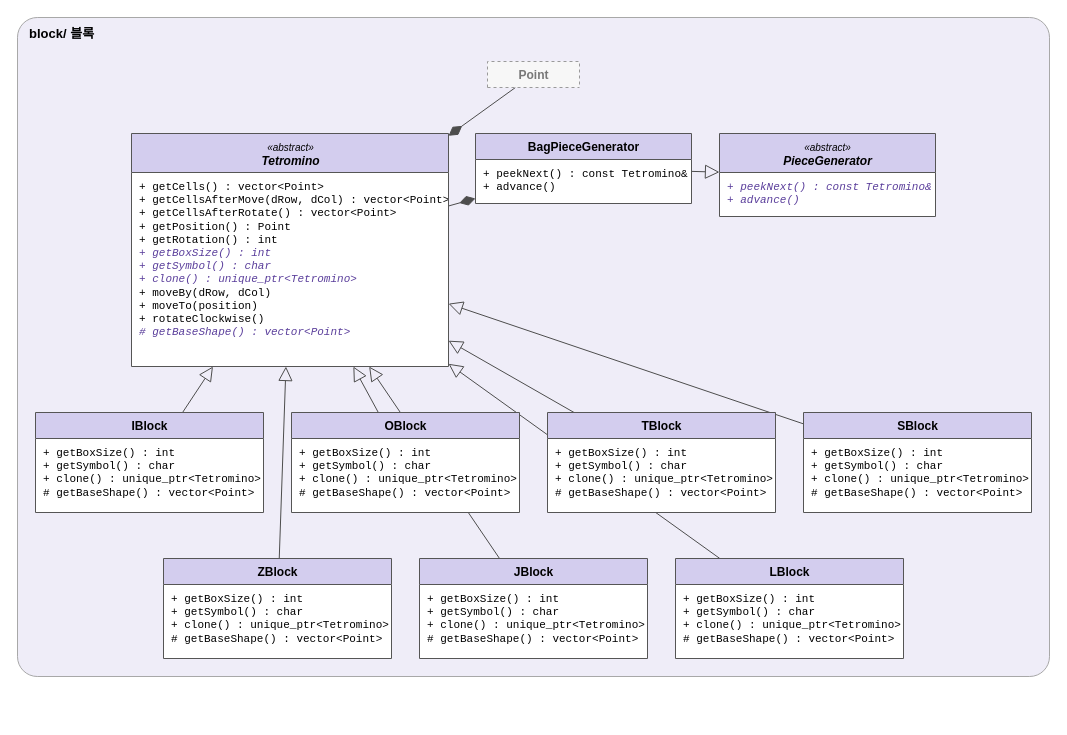
Before: page "block" (3 of 10) of docs/oop-tetris-class-diagram.drawio in taeg2/ku-oop2-tetris, a draw.io diagram. Source tidied: cells renumbered, new cells numbered last; positions are measured from the earlier drawing's top-left corner, leaving out a move shared by most shapes. Both pictures are drawn from the tidied source at 100%, with x=0, y=0 at pixel (17, 17).
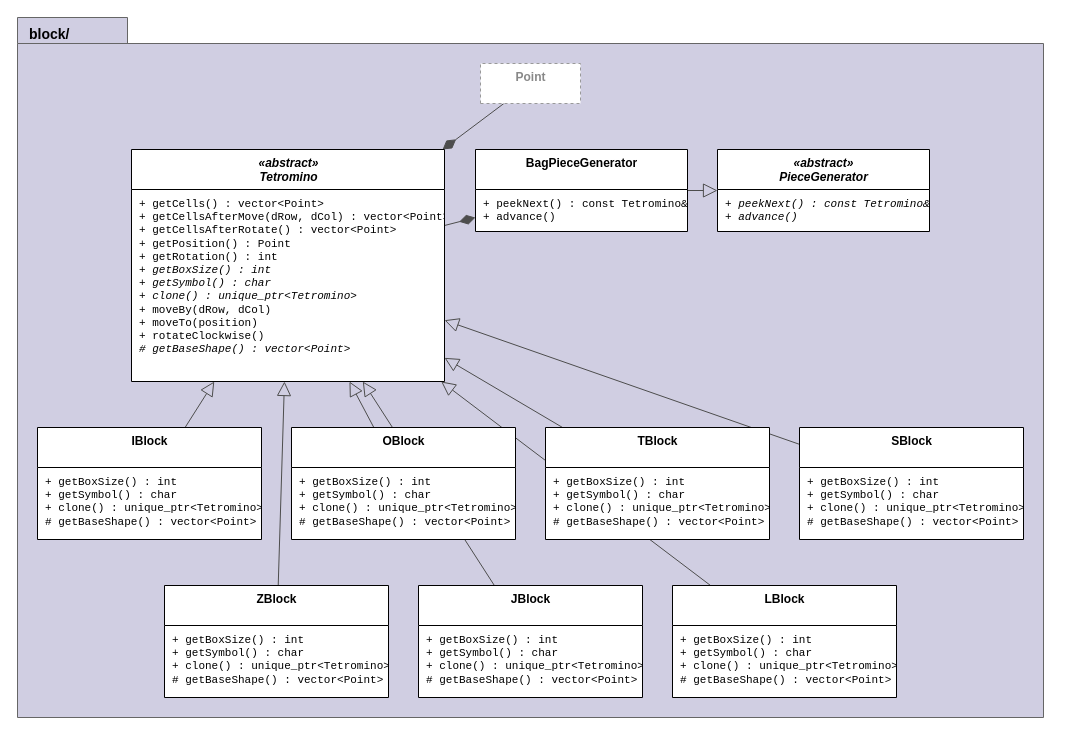
The same diagram, later.

Change to the diagram source:
```diff
@@
-    <mxCell id="2" value="block/  블록" style="rounded=1;arcSize=3;whiteSpace=wrap;html=1;fillColor=#efedf8;strokeColor=#a8a8a8;align=left;verticalAlign=top;spacingLeft=10;spacingTop=2;fontStyle=1;fontSize=13;" parent="1" vertex="1">
-      <mxGeometry width="1032" height="659" as="geometry" />
+    <mxCell id="2" value="block/" style="shape=folder;fontStyle=1;tabWidth=110;tabHeight=26;tabPosition=left;html=1;verticalAlign=top;align=left;spacingLeft=10;spacingTop=2;fontSize=14;fillColor=#d0cee2;strokeColor=#666666;" parent="1" vertex="1">
+      <mxGeometry width="1026" height="700" as="geometry" />
     </mxCell>
@@
-    <mxCell id="13" value="Point" style="swimlane;fontStyle=1;align=center;verticalAlign=top;horizontal=1;startSize=26;html=1;fillColor=#f7f7f7;swimlaneFillColor=#ffffff;dashed=1;fontColor=#777777;strokeColor=#9a9a9a;" parent="1" vertex="1">
-      <mxGeometry x="470" y="44" width="92" height="26" as="geometry" />
+    <mxCell id="13" value="Point" style="swimlane;fontStyle=1;align=center;verticalAlign=top;horizontal=1;startSize=40;html=1;fillColor=#ffffff;swimlaneFillColor=#ffffff;dashed=1;fontColor=#888888;strokeColor=#999999;" parent="1" vertex="1">
+      <mxGeometry x="463" y="46" width="100" height="40" as="geometry" />
     </mxCell>
-    <mxCell id="14" value="&lt;i style=&quot;font-weight:normal;font-size:10px&quot;&gt;«abstract»&lt;/i&gt;&lt;br&gt;&lt;i&gt;Tetromino&lt;/i&gt;" style="swimlane;fontStyle=1;align=center;verticalAlign=top;horizontal=1;startSize=39;html=1;fillColor=#d3cdee;swimlaneFillColor=#ffffff;strokeColor=#555555;" parent="1" vertex="1">
-      <mxGeometry x="114" y="116" width="317" height="233" as="geometry" />
+    <mxCell id="14" value="«abstract»&lt;br&gt;Tetromino" style="swimlane;fontStyle=3;align=center;verticalAlign=top;horizontal=1;startSize=40;html=1;fillColor=#ffffff;swimlaneFillColor=#ffffff;" parent="1" vertex="1">
+      <mxGeometry x="114" y="132" width="313" height="232" as="geometry" />
     </mxCell>
-    <mxCell id="15" value="+ getCells() : vector&amp;lt;Point&amp;gt;&lt;br&gt;+ getCellsAfterMove(dRow, dCol) : vector&amp;lt;Point&amp;gt;&lt;br&gt;+ getCellsAfterRotate() : vector&amp;lt;Point&amp;gt;&lt;br&gt;+ getPosition() : Point&lt;br&gt;+ getRotation() : int&lt;br&gt;&lt;i style=&quot;color:#5a3e9b&quot;&gt;+ getBoxSize() : int&lt;/i&gt;&lt;br&gt;&lt;i style=&quot;color:#5a3e9b&quot;&gt;+ getSymbol() : char&lt;/i&gt;&lt;br&gt;&lt;i style=&quot;color:#5a3e9b&quot;&gt;+ clone() : unique_ptr&amp;lt;Tetromino&amp;gt;&lt;/i&gt;&lt;br&gt;+ moveBy(dRow, dCol)&lt;br&gt;+ moveTo(position)&lt;br&gt;+ rotateClockwise()&lt;br&gt;&lt;i style=&quot;color:#5a3e9b&quot;&gt;# getBaseShape() : vector&amp;lt;Point&amp;gt;&lt;/i&gt;" style="text;strokeColor=none;fillColor=none;align=left;verticalAlign=top;spacingLeft=6;spacingTop=2;overflow=hidden;html=1;fontFamily=Consolas;fontSize=11;" parent="14" vertex="1">
-      <mxGeometry y="39" width="317" height="194" as="geometry" />
+    <mxCell id="15" value="+ getCells() : vector&amp;lt;Point&amp;gt;&lt;br&gt;+ getCellsAfterMove(dRow, dCol) : vector&amp;lt;Point&amp;gt;&lt;br&gt;+ getCellsAfterRotate() : vector&amp;lt;Point&amp;gt;&lt;br&gt;+ getPosition() : Point&lt;br&gt;+ getRotation() : int&lt;br&gt;&lt;i&gt;+ getBoxSize() : int&lt;/i&gt;&lt;br&gt;&lt;i&gt;+ getSymbol() : char&lt;/i&gt;&lt;br&gt;&lt;i&gt;+ clone() : unique_ptr&amp;lt;Tetromino&amp;gt;&lt;/i&gt;&lt;br&gt;+ moveBy(dRow, dCol)&lt;br&gt;+ moveTo(position)&lt;br&gt;+ rotateClockwise()&lt;br&gt;&lt;i&gt;# getBaseShape() : vector&amp;lt;Point&amp;gt;&lt;/i&gt;" style="text;strokeColor=none;fillColor=none;align=left;verticalAlign=top;spacingLeft=6;spacingTop=2;overflow=hidden;html=1;fontFamily=Consolas;fontSize=11;" parent="14" vertex="1">
+      <mxGeometry y="40" width="313" height="192" as="geometry" />
     </mxCell>
-    <mxCell id="16" value="BagPieceGenerator" style="swimlane;fontStyle=1;align=center;verticalAlign=top;horizontal=1;startSize=26;html=1;fillColor=#d3cdee;swimlaneFillColor=#ffffff;strokeColor=#555555;" parent="1" vertex="1">
-      <mxGeometry x="458" y="116" width="216" height="70" as="geometry" />
+    <mxCell id="16" value="BagPieceGenerator" style="swimlane;fontStyle=1;align=center;verticalAlign=top;horizontal=1;startSize=40;html=1;fillColor=#ffffff;swimlaneFillColor=#ffffff;" parent="1" vertex="1">
+      <mxGeometry x="458" y="132" width="212" height="82" as="geometry" />
     </mxCell>
     <mxCell id="17" value="+ peekNext() : const Tetromino&amp;amp;&lt;br&gt;+ advance()" style="text;strokeColor=none;fillColor=none;align=left;verticalAlign=top;spacingLeft=6;spacingTop=2;overflow=hidden;html=1;fontFamily=Consolas;fontSize=11;" parent="16" vertex="1">
-      <mxGeometry y="26" width="216" height="44" as="geometry" />
+      <mxGeometry y="40" width="212" height="42" as="geometry" />
     </mxCell>
-    <mxCell id="18" value="&lt;i style=&quot;font-weight:normal;font-size:10px&quot;&gt;«abstract»&lt;/i&gt;&lt;br&gt;&lt;i&gt;PieceGenerator&lt;/i&gt;" style="swimlane;fontStyle=1;align=center;verticalAlign=top;horizontal=1;startSize=39;html=1;fillColor=#d3cdee;swimlaneFillColor=#ffffff;strokeColor=#555555;" parent="1" vertex="1">
-      <mxGeometry x="702" y="116" width="216" height="83" as="geometry" />
+    <mxCell id="18" value="«abstract»&lt;br&gt;PieceGenerator" style="swimlane;fontStyle=3;align=center;verticalAlign=top;horizontal=1;startSize=40;html=1;fillColor=#ffffff;swimlaneFillColor=#ffffff;" parent="1" vertex="1">
+      <mxGeometry x="700" y="132" width="212" height="82" as="geometry" />
     </mxCell>
-    <mxCell id="19" value="&lt;i style=&quot;color:#5a3e9b&quot;&gt;+ peekNext() : const Tetromino&amp;amp;&lt;/i&gt;&lt;br&gt;&lt;i style=&quot;color:#5a3e9b&quot;&gt;+ advance()&lt;/i&gt;" style="text;strokeColor=none;fillColor=none;align=left;verticalAlign=top;spacingLeft=6;spacingTop=2;overflow=hidden;html=1;fontFamily=Consolas;fontSize=11;" parent="18" vertex="1">
-      <mxGeometry y="39" width="216" height="44" as="geometry" />
+    <mxCell id="19" value="&lt;i&gt;+ peekNext() : const Tetromino&amp;amp;&lt;/i&gt;&lt;br&gt;&lt;i&gt;+ advance()&lt;/i&gt;" style="text;strokeColor=none;fillColor=none;align=left;verticalAlign=top;spacingLeft=6;spacingTop=2;overflow=hidden;html=1;fontFamily=Consolas;fontSize=11;" parent="18" vertex="1">
+      <mxGeometry y="40" width="212" height="42" as="geometry" />
     </mxCell>
-    <mxCell id="20" value="IBlock" style="swimlane;fontStyle=1;align=center;verticalAlign=top;horizontal=1;startSize=26;html=1;fillColor=#d3cdee;swimlaneFillColor=#ffffff;strokeColor=#555555;" parent="1" vertex="1">
-      <mxGeometry x="18" y="395" width="228" height="100" as="geometry" />
+    <mxCell id="20" value="IBlock" style="swimlane;fontStyle=1;align=center;verticalAlign=top;horizontal=1;startSize=40;html=1;fillColor=#ffffff;swimlaneFillColor=#ffffff;" parent="1" vertex="1">
+      <mxGeometry x="20" y="410" width="224" height="112" as="geometry" />
     </mxCell>
     <mxCell id="21" value="+ getBoxSize() : int&lt;br&gt;+ getSymbol() : char&lt;br&gt;+ clone() : unique_ptr&amp;lt;Tetromino&amp;gt;&lt;br&gt;# getBaseShape() : vector&amp;lt;Point&amp;gt;" style="text;strokeColor=none;fillColor=none;align=left;verticalAlign=top;spacingLeft=6;spacingTop=2;overflow=hidden;html=1;fontFamily=Consolas;fontSize=11;" parent="20" vertex="1">
-      <mxGeometry y="26" width="228" height="74" as="geometry" />
+      <mxGeometry y="40" width="224" height="72" as="geometry" />
     </mxCell>
-    <mxCell id="22" value="OBlock" style="swimlane;fontStyle=1;align=center;verticalAlign=top;horizontal=1;startSize=26;html=1;fillColor=#d3cdee;swimlaneFillColor=#ffffff;strokeColor=#555555;" parent="1" vertex="1">
-      <mxGeometry x="274" y="395" width="228" height="100" as="geometry" />
+    <mxCell id="22" value="OBlock" style="swimlane;fontStyle=1;align=center;verticalAlign=top;horizontal=1;startSize=40;html=1;fillColor=#ffffff;swimlaneFillColor=#ffffff;" parent="1" vertex="1">
+      <mxGeometry x="274" y="410" width="224" height="112" as="geometry" />
     </mxCell>
     <mxCell id="23" value="+ getBoxSize() : int&lt;br&gt;+ getSymbol() : char&lt;br&gt;+ clone() : unique_ptr&amp;lt;Tetromino&amp;gt;&lt;br&gt;# getBaseShape() : vector&amp;lt;Point&amp;gt;" style="text;strokeColor=none;fillColor=none;align=left;verticalAlign=top;spacingLeft=6;spacingTop=2;overflow=hidden;html=1;fontFamily=Consolas;fontSize=11;" parent="22" vertex="1">
-      <mxGeometry y="26" width="228" height="74" as="geometry" />
+      <mxGeometry y="40" width="224" height="72" as="geometry" />
     </mxCell>
-    <mxCell id="24" value="TBlock" style="swimlane;fontStyle=1;align=center;verticalAlign=top;horizontal=1;startSize=26;html=1;fillColor=#d3cdee;swimlaneFillColor=#ffffff;strokeColor=#555555;" parent="1" vertex="1">
-      <mxGeometry x="530" y="395" width="228" height="100" as="geometry" />
+    <mxCell id="24" value="TBlock" style="swimlane;fontStyle=1;align=center;verticalAlign=top;horizontal=1;startSize=40;html=1;fillColor=#ffffff;swimlaneFillColor=#ffffff;" parent="1" vertex="1">
+      <mxGeometry x="528" y="410" width="224" height="112" as="geometry" />
     </mxCell>
     <mxCell id="25" value="+ getBoxSize() : int&lt;br&gt;+ getSymbol() : char&lt;br&gt;+ clone() : unique_ptr&amp;lt;Tetromino&amp;gt;&lt;br&gt;# getBaseShape() : vector&amp;lt;Point&amp;gt;" style="text;strokeColor=none;fillColor=none;align=left;verticalAlign=top;spacingLeft=6;spacingTop=2;overflow=hidden;html=1;fontFamily=Consolas;fontSize=11;" parent="24" vertex="1">
-      <mxGeometry y="26" width="228" height="74" as="geometry" />
+      <mxGeometry y="40" width="224" height="72" as="geometry" />
     </mxCell>
-    <mxCell id="26" value="SBlock" style="swimlane;fontStyle=1;align=center;verticalAlign=top;horizontal=1;startSize=26;html=1;fillColor=#d3cdee;swimlaneFillColor=#ffffff;strokeColor=#555555;" parent="1" vertex="1">
-      <mxGeometry x="786" y="395" width="228" height="100" as="geometry" />
+    <mxCell id="26" value="SBlock" style="swimlane;fontStyle=1;align=center;verticalAlign=top;horizontal=1;startSize=40;html=1;fillColor=#ffffff;swimlaneFillColor=#ffffff;" parent="1" vertex="1">
+      <mxGeometry x="782" y="410" width="224" height="112" as="geometry" />
     </mxCell>
     <mxCell id="27" value="+ getBoxSize() : int&lt;br&gt;+ getSymbol() : char&lt;br&gt;+ clone() : unique_ptr&amp;lt;Tetromino&amp;gt;&lt;br&gt;# getBaseShape() : vector&amp;lt;Point&amp;gt;" style="text;strokeColor=none;fillColor=none;align=left;verticalAlign=top;spacingLeft=6;spacingTop=2;overflow=hidden;html=1;fontFamily=Consolas;fontSize=11;" parent="26" vertex="1">
-      <mxGeometry y="26" width="228" height="74" as="geometry" />
+      <mxGeometry y="40" width="224" height="72" as="geometry" />
     </mxCell>
-    <mxCell id="28" value="ZBlock" style="swimlane;fontStyle=1;align=center;verticalAlign=top;horizontal=1;startSize=26;html=1;fillColor=#d3cdee;swimlaneFillColor=#ffffff;strokeColor=#555555;" parent="1" vertex="1">
-      <mxGeometry x="146" y="541" width="228" height="100" as="geometry" />
+    <mxCell id="28" value="ZBlock" style="swimlane;fontStyle=1;align=center;verticalAlign=top;horizontal=1;startSize=40;html=1;fillColor=#ffffff;swimlaneFillColor=#ffffff;" parent="1" vertex="1">
+      <mxGeometry x="147" y="568" width="224" height="112" as="geometry" />
     </mxCell>
     <mxCell id="29" value="+ getBoxSize() : int&lt;br&gt;+ getSymbol() : char&lt;br&gt;+ clone() : unique_ptr&amp;lt;Tetromino&amp;gt;&lt;br&gt;# getBaseShape() : vector&amp;lt;Point&amp;gt;" style="text;strokeColor=none;fillColor=none;align=left;verticalAlign=top;spacingLeft=6;spacingTop=2;overflow=hidden;html=1;fontFamily=Consolas;fontSize=11;" parent="28" vertex="1">
-      <mxGeometry y="26" width="228" height="74" as="geometry" />
+      <mxGeometry y="40" width="224" height="72" as="geometry" />
     </mxCell>
-    <mxCell id="30" value="JBlock" style="swimlane;fontStyle=1;align=center;verticalAlign=top;horizontal=1;startSize=26;html=1;fillColor=#d3cdee;swimlaneFillColor=#ffffff;strokeColor=#555555;" parent="1" vertex="1">
-      <mxGeometry x="402" y="541" width="228" height="100" as="geometry" />
+    <mxCell id="30" value="JBlock" style="swimlane;fontStyle=1;align=center;verticalAlign=top;horizontal=1;startSize=40;html=1;fillColor=#ffffff;swimlaneFillColor=#ffffff;" parent="1" vertex="1">
+      <mxGeometry x="401" y="568" width="224" height="112" as="geometry" />
     </mxCell>
     <mxCell id="31" value="+ getBoxSize() : int&lt;br&gt;+ getSymbol() : char&lt;br&gt;+ clone() : unique_ptr&amp;lt;Tetromino&amp;gt;&lt;br&gt;# getBaseShape() : vector&amp;lt;Point&amp;gt;" style="text;strokeColor=none;fillColor=none;align=left;verticalAlign=top;spacingLeft=6;spacingTop=2;overflow=hidden;html=1;fontFamily=Consolas;fontSize=11;" parent="30" vertex="1">
-      <mxGeometry y="26" width="228" height="74" as="geometry" />
+      <mxGeometry y="40" width="224" height="72" as="geometry" />
     </mxCell>
-    <mxCell id="32" value="LBlock" style="swimlane;fontStyle=1;align=center;verticalAlign=top;horizontal=1;startSize=26;html=1;fillColor=#d3cdee;swimlaneFillColor=#ffffff;strokeColor=#555555;" parent="1" vertex="1">
-      <mxGeometry x="658" y="541" width="228" height="100" as="geometry" />
+    <mxCell id="32" value="LBlock" style="swimlane;fontStyle=1;align=center;verticalAlign=top;horizontal=1;startSize=40;html=1;fillColor=#ffffff;swimlaneFillColor=#ffffff;" parent="1" vertex="1">
+      <mxGeometry x="655" y="568" width="224" height="112" as="geometry" />
     </mxCell>
     <mxCell id="33" value="+ getBoxSize() : int&lt;br&gt;+ getSymbol() : char&lt;br&gt;+ clone() : unique_ptr&amp;lt;Tetromino&amp;gt;&lt;br&gt;# getBaseShape() : vector&amp;lt;Point&amp;gt;" style="text;strokeColor=none;fillColor=none;align=left;verticalAlign=top;spacingLeft=6;spacingTop=2;overflow=hidden;html=1;fontFamily=Consolas;fontSize=11;" parent="32" vertex="1">
-      <mxGeometry y="26" width="228" height="74" as="geometry" />
+      <mxGeometry y="40" width="224" height="72" as="geometry" />
     </mxCell>
```
